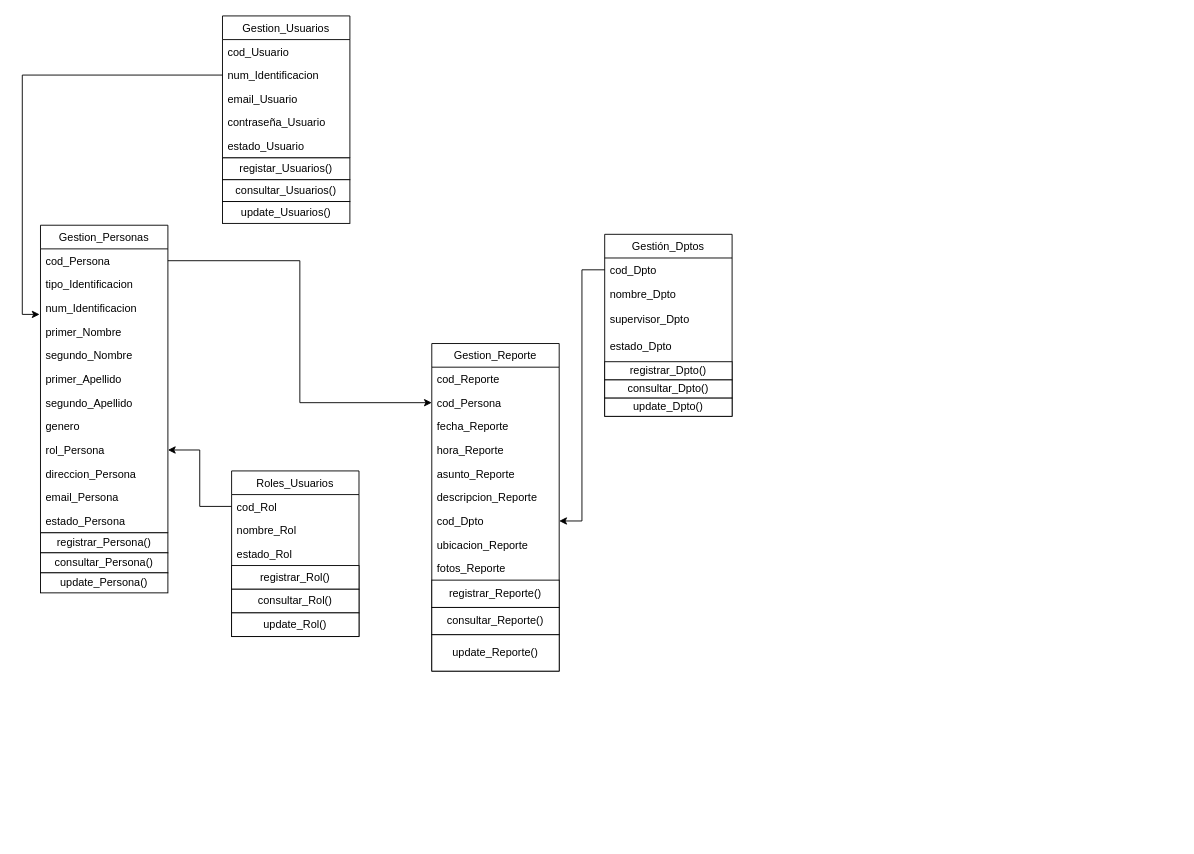
dpeter1290/riesgoseincidentesSST keeps this draw.io diagram as page "Yesid Linares Palmino" (4 of 6) of Untitled Diagram.drawio. Above is the earlier version. Source tidied: cells renumbered, new cells numbered last; positions are measured from the earlier drawing's top-left corner, leaving out a move shared by most shapes. Both pictures are drawn from the tidied source at 91%, with x=0, y=0 at pixel (40, 15).
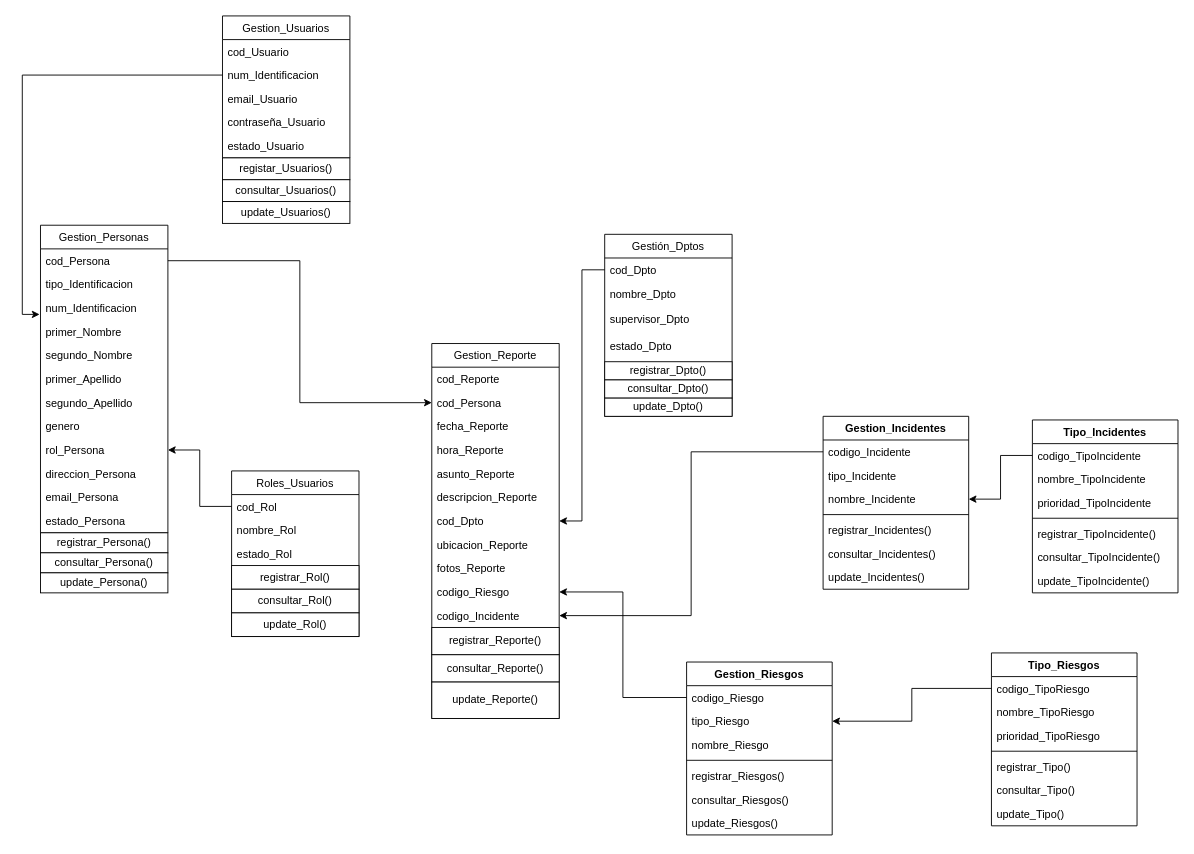
The same diagram, later.

Commit message:
Update Diagramas All

The edit, as a diff of the source:
```diff
@@
     <mxCell id="36" value="Gestion_Reporte" style="swimlane;fontStyle=0;horizontal=1;startSize=26;fillColor=none;" parent="1" vertex="1">
-      <mxGeometry x="430" y="360" width="140" height="360" as="geometry" />
+      <mxGeometry x="430" y="360" width="140" height="412" as="geometry" />
     </mxCell>
@@
+    <mxCell id="59" value="fotos_Reporte" style="text;strokeColor=none;fillColor=none;align=left;verticalAlign=top;spacingLeft=4;spacingRight=4;overflow=hidden;" parent="36" vertex="1">
+      <mxGeometry y="234" width="140" height="26" as="geometry" />
+    </mxCell>
-    <mxCell id="45" value="fotos_Reporte" style="text;strokeColor=none;fillColor=none;align=left;verticalAlign=top;spacingLeft=4;spacingRight=4;overflow=hidden;points=[[0,0.5],[1,0.5]];portConstraint=eastwest;" parent="36" vertex="1">
-      <mxGeometry y="234" width="140" height="26" as="geometry" />
+    <mxCell id="45" value="codigo_Riesgo" style="text;strokeColor=none;fillColor=none;align=left;verticalAlign=top;spacingLeft=4;spacingRight=4;overflow=hidden;points=[[0,0.5],[1,0.5]];portConstraint=eastwest;" parent="36" vertex="1">
+      <mxGeometry y="260" width="140" height="26" as="geometry" />
     </mxCell>
+    <mxCell id="60" value="codigo_Incidente" style="text;strokeColor=none;fillColor=none;align=left;verticalAlign=top;spacingLeft=4;spacingRight=4;overflow=hidden;points=[[0,0.5],[1,0.5]];portConstraint=eastwest;" parent="36" vertex="1">
+      <mxGeometry y="286" width="140" height="26" as="geometry" />
+    </mxCell>
     <mxCell id="46" value="registrar_Reporte()" style="rounded=0;whiteSpace=wrap;html=1;" parent="36" vertex="1">
-      <mxGeometry y="260" width="140" height="30" as="geometry" />
+      <mxGeometry y="312" width="140" height="30" as="geometry" />
     </mxCell>
     <mxCell id="47" value="consultar_Reporte()" style="rounded=0;whiteSpace=wrap;html=1;" parent="36" vertex="1">
-      <mxGeometry y="290" width="140" height="30" as="geometry" />
+      <mxGeometry y="342" width="140" height="30" as="geometry" />
     </mxCell>
     <mxCell id="48" value="update_Reporte()" style="rounded=0;whiteSpace=wrap;html=1;" parent="36" vertex="1">
-      <mxGeometry y="320" width="140" height="40" as="geometry" />
+      <mxGeometry y="372" width="140" height="40" as="geometry" />
     </mxCell>
@@
+    <mxCell id="61" value="Gestion_Riesgos" style="swimlane;fontStyle=1;align=center;verticalAlign=top;horizontal=1;startSize=26;" parent="1" vertex="1">
+      <mxGeometry x="710" y="710" width="160" height="190" as="geometry" />
+    </mxCell>
+    <mxCell id="62" value="codigo_Riesgo" style="text;strokeColor=none;fillColor=none;align=left;verticalAlign=top;spacingLeft=4;spacingRight=4;overflow=hidden;points=[[0,0.5],[1,0.5]];portConstraint=eastwest;" parent="61" vertex="1">
+      <mxGeometry y="26" width="160" height="26" as="geometry" />
+    </mxCell>
+    <mxCell id="63" value="tipo_Riesgo" style="text;strokeColor=none;fillColor=none;align=left;verticalAlign=top;spacingLeft=4;spacingRight=4;overflow=hidden;points=[[0,0.5],[1,0.5]];portConstraint=eastwest;" parent="61" vertex="1">
+      <mxGeometry y="52" width="160" height="26" as="geometry" />
+    </mxCell>
+    <mxCell id="64" value="nombre_Riesgo" style="text;strokeColor=none;fillColor=none;align=left;verticalAlign=top;spacingLeft=4;spacingRight=4;overflow=hidden;" parent="61" vertex="1">
+      <mxGeometry y="78" width="160" height="26" as="geometry" />
+    </mxCell>
+    <mxCell id="65" style="line;strokeWidth=1;fillColor=none;align=left;verticalAlign=middle;spacingTop=-1;spacingLeft=3;spacingRight=3;labelPosition=right;" parent="61" vertex="1">
+      <mxGeometry y="104" width="160" height="8" as="geometry" />
+    </mxCell>
+    <mxCell id="66" value="registrar_Riesgos()" style="text;strokeColor=none;fillColor=none;align=left;verticalAlign=top;spacingLeft=4;spacingRight=4;overflow=hidden;" parent="61" vertex="1">
+      <mxGeometry y="112" width="160" height="26" as="geometry" />
+    </mxCell>
+    <mxCell id="67" value="consultar_Riesgos()" style="text;strokeColor=none;fillColor=none;align=left;verticalAlign=top;spacingLeft=4;spacingRight=4;overflow=hidden;" parent="61" vertex="1">
+      <mxGeometry y="138" width="160" height="26" as="geometry" />
+    </mxCell>
+    <mxCell id="68" value="update_Riesgos()" style="text;strokeColor=none;fillColor=none;align=left;verticalAlign=top;spacingLeft=4;spacingRight=4;overflow=hidden;" parent="61" vertex="1">
+      <mxGeometry y="164" width="160" height="26" as="geometry" />
+    </mxCell>
+    <mxCell id="69" value="Tipo_Riesgos" style="swimlane;fontStyle=1;align=center;verticalAlign=top;horizontal=1;startSize=26;" parent="1" vertex="1">
+      <mxGeometry x="1045" y="700" width="160" height="190" as="geometry" />
+    </mxCell>
+    <mxCell id="70" value="codigo_TipoRiesgo" style="text;strokeColor=none;fillColor=none;align=left;verticalAlign=top;spacingLeft=4;spacingRight=4;overflow=hidden;points=[[0,0.5],[1,0.5]];portConstraint=eastwest;" parent="69" vertex="1">
+      <mxGeometry y="26" width="160" height="26" as="geometry" />
+    </mxCell>
+    <mxCell id="71" value="nombre_TipoRiesgo" style="text;strokeColor=none;fillColor=none;align=left;verticalAlign=top;spacingLeft=4;spacingRight=4;overflow=hidden;" parent="69" vertex="1">
+      <mxGeometry y="52" width="160" height="26" as="geometry" />
+    </mxCell>
+    <mxCell id="72" value="prioridad_TipoRiesgo" style="text;strokeColor=none;fillColor=none;align=left;verticalAlign=top;spacingLeft=4;spacingRight=4;overflow=hidden;" parent="69" vertex="1">
+      <mxGeometry y="78" width="160" height="26" as="geometry" />
+    </mxCell>
+    <mxCell id="73" style="line;strokeWidth=1;fillColor=none;align=left;verticalAlign=middle;spacingTop=-1;spacingLeft=3;spacingRight=3;labelPosition=right;" parent="69" vertex="1">
+      <mxGeometry y="104" width="160" height="8" as="geometry" />
+    </mxCell>
+    <mxCell id="74" value="registrar_Tipo()" style="text;strokeColor=none;fillColor=none;align=left;verticalAlign=top;spacingLeft=4;spacingRight=4;overflow=hidden;" parent="69" vertex="1">
+      <mxGeometry y="112" width="160" height="26" as="geometry" />
+    </mxCell>
+    <mxCell id="75" value="consultar_Tipo()" style="text;strokeColor=none;fillColor=none;align=left;verticalAlign=top;spacingLeft=4;spacingRight=4;overflow=hidden;" parent="69" vertex="1">
+      <mxGeometry y="138" width="160" height="26" as="geometry" />
+    </mxCell>
+    <mxCell id="76" value="update_Tipo()" style="text;strokeColor=none;fillColor=none;align=left;verticalAlign=top;spacingLeft=4;spacingRight=4;overflow=hidden;" parent="69" vertex="1">
+      <mxGeometry y="164" width="160" height="26" as="geometry" />
+    </mxCell>
+    <mxCell id="77" style="edgeStyle=orthogonalEdgeStyle;rounded=0;jettySize=auto;html=1;exitX=0;exitY=0.5;exitDx=0;exitDy=0;entryX=1;entryY=0.5;entryDx=0;entryDy=0;" parent="1" edge="1" source="70" target="63">
+      <mxGeometry relative="1" as="geometry" />
+    </mxCell>
+    <mxCell id="78" style="edgeStyle=orthogonalEdgeStyle;rounded=0;jettySize=auto;html=1;exitX=0;exitY=0.5;exitDx=0;exitDy=0;" parent="1" edge="1" source="62" target="45">
+      <mxGeometry relative="1" as="geometry" />
+    </mxCell>
+    <mxCell id="79" value="Gestion_Incidentes" style="swimlane;fontStyle=1;align=center;verticalAlign=top;horizontal=1;startSize=26;" parent="1" vertex="1">
+      <mxGeometry x="860" y="440" width="160" height="190" as="geometry" />
+    </mxCell>
+    <mxCell id="80" value="codigo_Incidente" style="text;strokeColor=none;fillColor=none;align=left;verticalAlign=top;spacingLeft=4;spacingRight=4;overflow=hidden;points=[[0,0.5],[1,0.5]];portConstraint=eastwest;" parent="79" vertex="1">
+      <mxGeometry y="26" width="160" height="26" as="geometry" />
+    </mxCell>
+    <mxCell id="81" value="tipo_Incidente" style="text;strokeColor=none;fillColor=none;align=left;verticalAlign=top;spacingLeft=4;spacingRight=4;overflow=hidden;" parent="79" vertex="1">
+      <mxGeometry y="52" width="160" height="26" as="geometry" />
+    </mxCell>
+    <mxCell id="82" value="nombre_Incidente" style="text;strokeColor=none;fillColor=none;align=left;verticalAlign=top;spacingLeft=4;spacingRight=4;overflow=hidden;points=[[0,0.5],[1,0.5]];portConstraint=eastwest;" parent="79" vertex="1">
+      <mxGeometry y="78" width="160" height="26" as="geometry" />
+    </mxCell>
+    <mxCell id="83" style="line;strokeWidth=1;fillColor=none;align=left;verticalAlign=middle;spacingTop=-1;spacingLeft=3;spacingRight=3;labelPosition=right;" parent="79" vertex="1">
+      <mxGeometry y="104" width="160" height="8" as="geometry" />
+    </mxCell>
+    <mxCell id="84" value="registrar_Incidentes()" style="text;strokeColor=none;fillColor=none;align=left;verticalAlign=top;spacingLeft=4;spacingRight=4;overflow=hidden;" parent="79" vertex="1">
+      <mxGeometry y="112" width="160" height="26" as="geometry" />
+    </mxCell>
+    <mxCell id="85" value="consultar_Incidentes()" style="text;strokeColor=none;fillColor=none;align=left;verticalAlign=top;spacingLeft=4;spacingRight=4;overflow=hidden;" parent="79" vertex="1">
+      <mxGeometry y="138" width="160" height="26" as="geometry" />
+    </mxCell>
+    <mxCell id="86" value="update_Incidentes()" style="text;strokeColor=none;fillColor=none;align=left;verticalAlign=top;spacingLeft=4;spacingRight=4;overflow=hidden;" parent="79" vertex="1">
+      <mxGeometry y="164" width="160" height="26" as="geometry" />
+    </mxCell>
+    <mxCell id="87" value="Tipo_Incidentes" style="swimlane;fontStyle=1;align=center;verticalAlign=top;horizontal=1;startSize=26;" parent="1" vertex="1">
+      <mxGeometry x="1090" y="444" width="160" height="190" as="geometry" />
+    </mxCell>
+    <mxCell id="88" value="codigo_TipoIncidente" style="text;strokeColor=none;fillColor=none;align=left;verticalAlign=top;spacingLeft=4;spacingRight=4;overflow=hidden;points=[[0,0.5],[1,0.5]];portConstraint=eastwest;" parent="87" vertex="1">
+      <mxGeometry y="26" width="160" height="26" as="geometry" />
+    </mxCell>
+    <mxCell id="89" value="nombre_TipoIncidente" style="text;strokeColor=none;fillColor=none;align=left;verticalAlign=top;spacingLeft=4;spacingRight=4;overflow=hidden;" parent="87" vertex="1">
+      <mxGeometry y="52" width="160" height="26" as="geometry" />
+    </mxCell>
+    <mxCell id="90" value="prioridad_TipoIncidente" style="text;strokeColor=none;fillColor=none;align=left;verticalAlign=top;spacingLeft=4;spacingRight=4;overflow=hidden;" parent="87" vertex="1">
+      <mxGeometry y="78" width="160" height="26" as="geometry" />
+    </mxCell>
+    <mxCell id="91" style="line;strokeWidth=1;fillColor=none;align=left;verticalAlign=middle;spacingTop=-1;spacingLeft=3;spacingRight=3;labelPosition=right;" parent="87" vertex="1">
+      <mxGeometry y="104" width="160" height="8" as="geometry" />
+    </mxCell>
+    <mxCell id="92" value="registrar_TipoIncidente()" style="text;strokeColor=none;fillColor=none;align=left;verticalAlign=top;spacingLeft=4;spacingRight=4;overflow=hidden;" parent="87" vertex="1">
+      <mxGeometry y="112" width="160" height="26" as="geometry" />
+    </mxCell>
+    <mxCell id="93" value="consultar_TipoIncidente()" style="text;strokeColor=none;fillColor=none;align=left;verticalAlign=top;spacingLeft=4;spacingRight=4;overflow=hidden;" parent="87" vertex="1">
+      <mxGeometry y="138" width="160" height="26" as="geometry" />
+    </mxCell>
+    <mxCell id="94" value="update_TipoIncidente()" style="text;strokeColor=none;fillColor=none;align=left;verticalAlign=top;spacingLeft=4;spacingRight=4;overflow=hidden;" parent="87" vertex="1">
+      <mxGeometry y="164" width="160" height="26" as="geometry" />
+    </mxCell>
+    <mxCell id="95" style="edgeStyle=orthogonalEdgeStyle;rounded=0;jettySize=auto;html=1;exitX=0;exitY=0.5;exitDx=0;exitDy=0;" parent="1" edge="1" source="88" target="82">
+      <mxGeometry relative="1" as="geometry" />
+    </mxCell>
+    <mxCell id="96" style="edgeStyle=orthogonalEdgeStyle;rounded=0;jettySize=auto;html=1;exitX=0;exitY=0.5;exitDx=0;exitDy=0;entryX=1;entryY=0.5;entryDx=0;entryDy=0;" parent="1" edge="1" source="80" target="60">
+      <mxGeometry relative="1" as="geometry" />
+    </mxCell>
```
